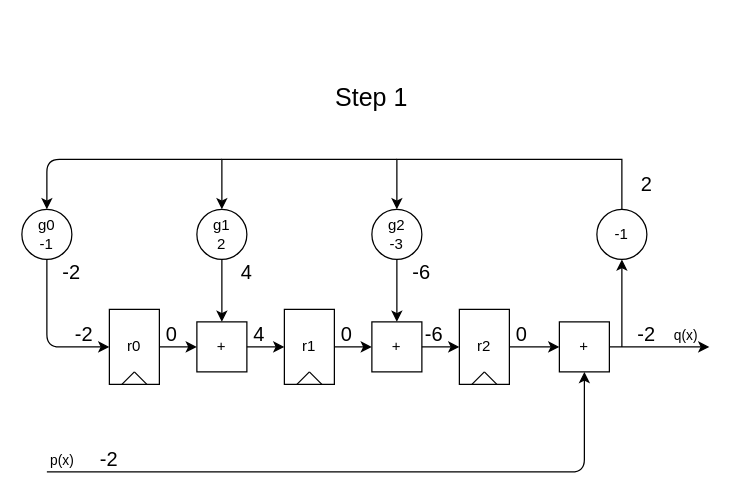
Above: page "divider_diagram_step1" (4 of 11) of assets/reed_solomon/reed_solomon.drawio in tomverbeure/tomverbeure.github.io (draw.io), before the change. Source tidied: cells renumbered, new cells numbered last; positions are measured from the earlier drawing's top-left corner, leaving out a move shared by most shapes. Both pictures are drawn from the tidied source at 125%, with x=0, y=0 at pixel (21, 84).
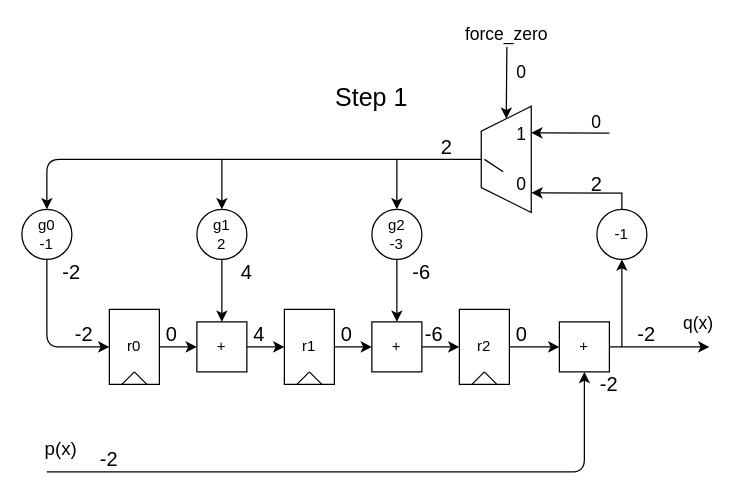
The same page after the edit.

The change refers to these unchanged cells:
```xml
<mxCell id="11" value="g2&lt;br&gt;-3" style="ellipse;whiteSpace=wrap;html=1;fillColor=none;" parent="1" vertex="1">
  <mxGeometry x="280" y="100" width="40" height="40" as="geometry" />
</mxCell>
<mxCell id="13" style="endArrow=classic;html=1;entryX=0.5;entryY=1;entryDx=0;entryDy=0;" parent="1" edge="1" target="12">
  <mxGeometry relative="1" as="geometry">
    <mxPoint x="20" y="310" as="sourcePoint" />
    <Array as="points">
      <mxPoint x="450" y="310" />
    </Array>
  </mxGeometry>
</mxCell>
<mxCell id="16" style="endArrow=classic;html=1;exitX=1;exitY=0.5;exitDx=0;exitDy=0;" parent="1" edge="1" source="12">
  <mxGeometry relative="1" as="geometry">
    <mxPoint x="550" y="210" as="targetPoint" />
  </mxGeometry>
</mxCell>
<mxCell id="41" value="-1" style="ellipse;whiteSpace=wrap;html=1;fillColor=none;" parent="1" vertex="1">
  <mxGeometry x="460" y="100" width="40" height="40" as="geometry" />
</mxCell>
```

The edit, as a diff of the source:
```diff
@@
-    <mxCell id="14" value="p(x)" style="edgeLabel;html=1;align=center;verticalAlign=middle;" parent="13" vertex="1">
-      <mxGeometry x="-0.73" y="-1" relative="1" as="geometry">
-        <mxPoint x="-58" y="-11" as="offset" />
-      </mxGeometry>
-    </mxCell>
@@
-    <mxCell id="17" value="q(x)" style="edgeLabel;html=1;align=center;verticalAlign=middle;" parent="16" vertex="1">
-      <mxGeometry x="-0.06" relative="1" as="geometry">
-        <mxPoint x="22.3" y="-10" as="offset" />
-      </mxGeometry>
-    </mxCell>
@@
-    <mxCell id="21" style="endArrow=classic;html=1;entryX=0.5;entryY=0;entryDx=0;entryDy=0;rounded=0;" parent="1" edge="1" source="41" target="11">
-      <mxGeometry relative="1" as="geometry">
-        <Array as="points">
-          <mxPoint x="480" y="60" />
-          <mxPoint x="300" y="60" />
-        </Array>
-      </mxGeometry>
-    </mxCell>
@@
     <mxCell id="43" value="&lt;font style=&quot;font-size: 16px&quot;&gt;2&lt;/font&gt;" style="text;html=1;strokeColor=none;fillColor=none;align=center;verticalAlign=middle;whiteSpace=wrap;rounded=0;" parent="1" vertex="1">
-      <mxGeometry x="480" y="70" width="40" height="20" as="geometry" />
+      <mxGeometry x="440" y="70" width="40" height="20" as="geometry" />
     </mxCell>
@@
+    <mxCell id="50" style="shape=trapezoid;perimeter=trapezoidPerimeter;whiteSpace=wrap;html=1;fixedSize=1;fillColor=none;fontSize=20;fontColor=#0000CC;rotation=-90;" parent="1" vertex="1">
+      <mxGeometry x="345" y="40" width="85" height="40" as="geometry" />
+    </mxCell>
+    <mxCell id="51" style="endArrow=classic;html=1;fontSize=20;fontColor=#0000CC;entryX=0.5;entryY=0;entryDx=0;entryDy=0;exitX=0.5;exitY=0;exitDx=0;exitDy=0;rounded=0;" parent="1" edge="1" source="50">
+      <mxGeometry relative="1" as="geometry">
+        <mxPoint x="300" y="100" as="targetPoint" />
+        <Array as="points">
+          <mxPoint x="300" y="60" />
+        </Array>
+      </mxGeometry>
+    </mxCell>
+    <mxCell id="52" style="endArrow=classic;html=1;fontSize=20;fontColor=#0000CC;entryX=0.185;entryY=1.003;entryDx=0;entryDy=0;entryPerimeter=0;exitX=0.5;exitY=0;exitDx=0;exitDy=0;rounded=0;" parent="1" edge="1" target="50">
+      <mxGeometry relative="1" as="geometry">
+        <mxPoint x="480" y="100" as="sourcePoint" />
+        <Array as="points">
+          <mxPoint x="480" y="87" />
+        </Array>
+      </mxGeometry>
+    </mxCell>
+    <mxCell id="53" style="endArrow=classic;html=1;fontSize=20;fontColor=#0000CC;entryX=0.75;entryY=1;entryDx=0;entryDy=0;" parent="1" edge="1" target="50">
+      <mxGeometry relative="1" as="geometry">
+        <mxPoint x="470" y="39" as="sourcePoint" />
+      </mxGeometry>
+    </mxCell>
+    <mxCell id="54" style="endArrow=classic;html=1;fontSize=20;fontColor=#000000;entryX=1;entryY=0.5;entryDx=0;entryDy=0;" parent="1" edge="1" target="50">
+      <mxGeometry relative="1" as="geometry">
+        <mxPoint x="388" y="-30" as="sourcePoint" />
+      </mxGeometry>
+    </mxCell>
+    <mxCell id="55" value="0" style="text;html=1;strokeColor=none;fillColor=none;align=center;verticalAlign=middle;whiteSpace=wrap;rounded=0;fontSize=14;fontColor=#000000;" parent="1" vertex="1">
+      <mxGeometry x="440" y="20" width="40" height="20" as="geometry" />
+    </mxCell>
+    <mxCell id="56" value="force_zero" style="text;html=1;strokeColor=none;fillColor=none;align=center;verticalAlign=middle;whiteSpace=wrap;rounded=0;fontSize=14;fontColor=#000000;" parent="1" vertex="1">
+      <mxGeometry x="367.5" y="-50" width="40" height="20" as="geometry" />
+    </mxCell>
+    <mxCell id="57" value="1" style="text;html=1;strokeColor=none;fillColor=none;align=center;verticalAlign=middle;whiteSpace=wrap;rounded=0;fontSize=14;fontColor=#000000;" parent="1" vertex="1">
+      <mxGeometry x="380" y="30" width="40" height="20" as="geometry" />
+    </mxCell>
+    <mxCell id="58" value="0" style="text;html=1;strokeColor=none;fillColor=none;align=center;verticalAlign=middle;whiteSpace=wrap;rounded=0;fontSize=14;fontColor=#000000;" parent="1" vertex="1">
+      <mxGeometry x="380" y="70" width="40" height="20" as="geometry" />
+    </mxCell>
+    <mxCell id="59" style="endArrow=none;html=1;fontSize=14;fontColor=#000000;entryX=0.5;entryY=0.063;entryDx=0;entryDy=0;entryPerimeter=0;endFill=0;exitX=0.127;exitY=-0.006;exitDx=0;exitDy=0;exitPerimeter=0;" parent="1" edge="1" source="58">
+      <mxGeometry relative="1" as="geometry">
+        <mxPoint x="370" y="60" as="targetPoint" />
+      </mxGeometry>
+    </mxCell>
+    <mxCell id="60" value="0" style="text;html=1;strokeColor=none;fillColor=none;align=center;verticalAlign=middle;whiteSpace=wrap;rounded=0;fontSize=14;fontColor=#000000;" parent="1" vertex="1">
+      <mxGeometry x="380" y="-20" width="40" height="20" as="geometry" />
+    </mxCell>
+    <mxCell id="61" value="&lt;font style=&quot;font-size: 16px&quot;&gt;2&lt;/font&gt;" style="text;html=1;strokeColor=none;fillColor=none;align=center;verticalAlign=middle;whiteSpace=wrap;rounded=0;fontStyle=0;" parent="1" vertex="1">
+      <mxGeometry x="320" y="40" width="40" height="20" as="geometry" />
+    </mxCell>
+    <mxCell id="62" value="&lt;font style=&quot;font-size: 16px&quot;&gt;-2&lt;/font&gt;" style="text;html=1;strokeColor=none;fillColor=none;align=center;verticalAlign=middle;whiteSpace=wrap;rounded=0;" parent="1" vertex="1">
+      <mxGeometry x="450" y="230" width="40" height="20" as="geometry" />
+    </mxCell>
+    <mxCell id="14" value="p(x)" style="edgeLabel;html=1;align=center;verticalAlign=middle;fontSize=15;" parent="1" vertex="1">
+      <mxGeometry x="30" y="290" as="geometry" />
+    </mxCell>
+    <mxCell id="17" value="q(x)" style="edgeLabel;html=1;align=center;verticalAlign=middle;fontSize=14;" parent="1" vertex="1">
+      <mxGeometry x="540" y="190" as="geometry" />
+    </mxCell>
```
